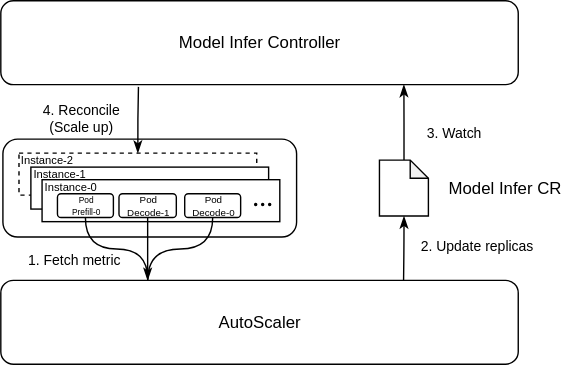
Earlier version of the draw.io export docs/kthena/static/img/architecture-autoscaler.svg (matrixinfer-ai/kthena). Source tidied: cells renumbered, new cells last; positions are measured from the earlier drawing's top-left corner, leaving out a move shared by most shapes. Source of this version:
```xml
<mxGraphModel>
  <root>
    <mxCell id="0" />
    <mxCell id="1" parent="0" />
    <mxCell id="2" value="AutoScaler" style="rounded=1;whiteSpace=wrap;html=1;" parent="1" vertex="1">
      <mxGeometry y="200" width="370" height="60" as="geometry" />
    </mxCell>
    <mxCell id="3" value="&lt;div&gt;Model&amp;nbsp;&lt;span style=&quot;background-color: transparent; color: light-dark(rgb(0, 0, 0), rgb(255, 255, 255));&quot;&gt;Infer&amp;nbsp;&lt;/span&gt;&lt;span style=&quot;background-color: transparent; color: light-dark(rgb(0, 0, 0), rgb(255, 255, 255));&quot;&gt;Controller&lt;/span&gt;&lt;/div&gt;" style="rounded=1;whiteSpace=wrap;html=1;" parent="1" vertex="1">
      <mxGeometry width="370" height="60" as="geometry" />
    </mxCell>
    <mxCell id="4" style="rounded=1;whiteSpace=wrap;html=1;" parent="1" vertex="1">
      <mxGeometry x="1.5" y="99" width="210" height="70" as="geometry" />
    </mxCell>
    <mxCell id="5" value="Inference Instance" style="rounded=0;whiteSpace=wrap;html=1;dashed=1;" parent="1" vertex="1">
      <mxGeometry x="13" y="109" width="170" height="30" as="geometry" />
    </mxCell>
    <mxCell id="6" value="Inference Instance" style="rounded=0;whiteSpace=wrap;html=1;" parent="1" vertex="1">
      <mxGeometry x="21.5" y="119" width="170" height="30" as="geometry" />
    </mxCell>
    <mxCell id="7" style="rounded=0;whiteSpace=wrap;html=1;" parent="1" vertex="1">
      <mxGeometry x="29.5" y="128" width="170" height="30" as="geometry" />
    </mxCell>
    <mxCell id="8" value="Instance-1" style="text;html=1;align=center;verticalAlign=middle;whiteSpace=wrap;rounded=0;fontSize=8;" parent="1" vertex="1">
      <mxGeometry x="21.5" y="119" width="40" height="10" as="geometry" />
    </mxCell>
    <mxCell id="9" value="Instance-0" style="text;html=1;align=center;verticalAlign=middle;whiteSpace=wrap;rounded=0;fontSize=8;" parent="1" vertex="1">
      <mxGeometry x="29.5" y="128" width="40" height="10" as="geometry" />
    </mxCell>
    <mxCell id="10" value="Pod&lt;div&gt;Prefill-0&lt;/div&gt;" style="rounded=1;whiteSpace=wrap;html=1;fontSize=6;" parent="1" vertex="1">
      <mxGeometry x="40.5" y="138" width="40" height="17" as="geometry" />
    </mxCell>
    <mxCell id="11" style="edgeStyle=orthogonalEdgeStyle;rounded=0;jettySize=auto;html=1;curved=1;endArrow=classicThin;endFill=1;" parent="1" edge="1" source="12">
      <mxGeometry relative="1" as="geometry">
        <mxPoint x="105" y="200" as="targetPoint" />
        <Array as="points">
          <mxPoint x="105" y="200" />
        </Array>
      </mxGeometry>
    </mxCell>
    <mxCell id="12" value="Pod&lt;div&gt;Decode-1&lt;/div&gt;" style="rounded=1;whiteSpace=wrap;html=1;fontSize=7;" parent="1" vertex="1">
      <mxGeometry x="84.5" y="138" width="41" height="17" as="geometry" />
    </mxCell>
    <mxCell id="13" value="Pod&lt;div&gt;Decode-0&lt;/div&gt;" style="rounded=1;whiteSpace=wrap;html=1;fontSize=7;" parent="1" vertex="1">
      <mxGeometry x="131.5" y="138" width="40" height="17" as="geometry" />
    </mxCell>
    <mxCell id="14" style="ellipse;whiteSpace=wrap;html=1;labelBackgroundColor=none;fillColor=#000000;" parent="1" vertex="1">
      <mxGeometry x="181.5" y="145" width="1.5" height="1.5" as="geometry" />
    </mxCell>
    <mxCell id="15" style="ellipse;whiteSpace=wrap;html=1;labelBackgroundColor=none;fillColor=#000000;" parent="1" vertex="1">
      <mxGeometry x="191.5" y="145" width="1.5" height="1.5" as="geometry" />
    </mxCell>
    <mxCell id="16" style="ellipse;whiteSpace=wrap;html=1;labelBackgroundColor=none;fillColor=#000000;" parent="1" vertex="1">
      <mxGeometry x="186.5" y="145" width="1.5" height="1.5" as="geometry" />
    </mxCell>
    <mxCell id="17" value="Instance-2" style="text;html=1;align=center;verticalAlign=middle;whiteSpace=wrap;rounded=0;fontSize=8;" parent="1" vertex="1">
      <mxGeometry x="13" y="109" width="40" height="10" as="geometry" />
    </mxCell>
    <mxCell id="18" style="shape=note;whiteSpace=wrap;html=1;backgroundOutline=1;darkOpacity=0.05;size=13;" parent="1" vertex="1">
      <mxGeometry x="270.8" y="114" width="35" height="40" as="geometry" />
    </mxCell>
    <mxCell id="19" style="edgeStyle=orthogonalEdgeStyle;rounded=0;jettySize=auto;html=1;entryX=0.284;entryY=-0.004;entryDx=0;entryDy=0;entryPerimeter=0;endArrow=none;endFill=0;curved=1;" parent="1" edge="1" source="13" target="2">
      <mxGeometry relative="1" as="geometry" />
    </mxCell>
    <mxCell id="20" style="edgeStyle=orthogonalEdgeStyle;rounded=0;jettySize=auto;html=1;entryX=0.284;entryY=-0.011;entryDx=0;entryDy=0;entryPerimeter=0;endArrow=none;endFill=0;curved=1;" parent="1" edge="1" source="10" target="2">
      <mxGeometry relative="1" as="geometry" />
    </mxCell>
    <mxCell id="21" value="1. Fetch metric" style="text;html=1;align=center;verticalAlign=middle;strokeColor=none;fillColor=none;fontSize=10;" parent="1" vertex="1">
      <mxGeometry x="6.5" y="170" width="90" height="30" as="geometry" />
    </mxCell>
    <mxCell id="22" style="edgeStyle=orthogonalEdgeStyle;rounded=0;jettySize=auto;html=1;endArrow=none;endFill=0;startArrow=classicThin;startFill=1;curved=1;" parent="1" edge="1" source="18">
      <mxGeometry relative="1" as="geometry">
        <mxPoint x="288" y="200" as="targetPoint" />
      </mxGeometry>
    </mxCell>
    <mxCell id="23" value="2. Update replicas" style="text;html=1;align=center;verticalAlign=middle;strokeColor=none;fillColor=none;fontSize=10;" parent="1" vertex="1">
      <mxGeometry x="290" y="160" width="100" height="30" as="geometry" />
    </mxCell>
    <mxCell id="24" style="edgeStyle=orthogonalEdgeStyle;rounded=0;jettySize=auto;html=1;entryX=0.779;entryY=1;entryDx=0;entryDy=0;entryPerimeter=0;endArrow=classicThin;endFill=1;" parent="1" edge="1" source="18" target="3">
      <mxGeometry relative="1" as="geometry" />
    </mxCell>
    <mxCell id="25" value="3. Watch&amp;nbsp;" style="text;html=1;align=center;verticalAlign=middle;strokeColor=none;fillColor=none;fontSize=10;" parent="1" vertex="1">
      <mxGeometry x="290" y="79" width="70" height="30" as="geometry" />
    </mxCell>
    <mxCell id="26" style="edgeStyle=orthogonalEdgeStyle;rounded=0;jettySize=auto;html=1;exitX=0.5;exitY=0;exitDx=0;exitDy=0;entryX=0.266;entryY=1.027;entryDx=0;entryDy=0;entryPerimeter=0;endArrow=none;endFill=0;startArrow=classicThin;startFill=1;" parent="1" edge="1" source="5" target="3">
      <mxGeometry relative="1" as="geometry" />
    </mxCell>
    <mxCell id="27" value="4. Reconcile&lt;div&gt;(Scale up)&lt;/div&gt;" style="text;html=1;align=center;verticalAlign=middle;strokeColor=none;fillColor=none;fontSize=10;" parent="1" vertex="1">
      <mxGeometry x="16.5" y="64" width="80" height="40" as="geometry" />
    </mxCell>
    <mxCell id="28" value="Model Infer CR" style="text;html=1;align=center;verticalAlign=middle;strokeColor=none;fillColor=none;" parent="1" vertex="1">
      <mxGeometry x="310" y="119" width="100" height="30" as="geometry" />
    </mxCell>
  </root>
</mxGraphModel>
```
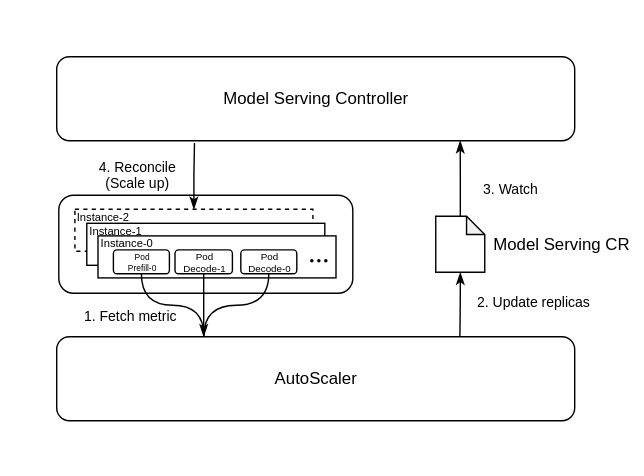
Above is the later version.

Diff of the diagram source:
```diff
@@ -2,10 +2,13 @@
   <root>
     <mxCell id="0" />
     <mxCell id="1" parent="0" />
+    <mxCell id="29" style="rounded=0;whiteSpace=wrap;html=1;fillColor=none;strokeColor=none;" parent="1" vertex="1">
+      <mxGeometry x="-40" y="-40" width="460" height="340" as="geometry" />
+    </mxCell>
     <mxCell id="2" value="AutoScaler" style="rounded=1;whiteSpace=wrap;html=1;" parent="1" vertex="1">
       <mxGeometry y="200" width="370" height="60" as="geometry" />
     </mxCell>
-    <mxCell id="3" value="&lt;div&gt;Model&amp;nbsp;&lt;span style=&quot;background-color: transparent; color: light-dark(rgb(0, 0, 0), rgb(255, 255, 255));&quot;&gt;Infer&amp;nbsp;&lt;/span&gt;&lt;span style=&quot;background-color: transparent; color: light-dark(rgb(0, 0, 0), rgb(255, 255, 255));&quot;&gt;Controller&lt;/span&gt;&lt;/div&gt;" style="rounded=1;whiteSpace=wrap;html=1;" parent="1" vertex="1">
+    <mxCell id="3" value="&lt;div&gt;Model&amp;nbsp;&lt;span style=&quot;background-color: transparent; color: light-dark(rgb(0, 0, 0), rgb(255, 255, 255));&quot;&gt;Serving&amp;nbsp;&lt;/span&gt;&lt;span style=&quot;background-color: transparent; color: light-dark(rgb(0, 0, 0), rgb(255, 255, 255));&quot;&gt;Controller&lt;/span&gt;&lt;/div&gt;" style="rounded=1;whiteSpace=wrap;html=1;" parent="1" vertex="1">
       <mxGeometry width="370" height="60" as="geometry" />
     </mxCell>
     <mxCell id="4" style="rounded=1;whiteSpace=wrap;html=1;" parent="1" vertex="1">
@@ -87,8 +90,8 @@
     <mxCell id="27" value="4. Reconcile&lt;div&gt;(Scale up)&lt;/div&gt;" style="text;html=1;align=center;verticalAlign=middle;strokeColor=none;fillColor=none;fontSize=10;" parent="1" vertex="1">
       <mxGeometry x="16.5" y="64" width="80" height="40" as="geometry" />
     </mxCell>
-    <mxCell id="28" value="Model Infer CR" style="text;html=1;align=center;verticalAlign=middle;strokeColor=none;fillColor=none;" parent="1" vertex="1">
-      <mxGeometry x="310" y="119" width="100" height="30" as="geometry" />
+    <mxCell id="28" value="Model Serving CR" style="text;html=1;align=center;verticalAlign=middle;strokeColor=none;fillColor=none;" parent="1" vertex="1">
+      <mxGeometry x="300" y="119" width="120" height="30" as="geometry" />
     </mxCell>
   </root>
 </mxGraphModel>
```
